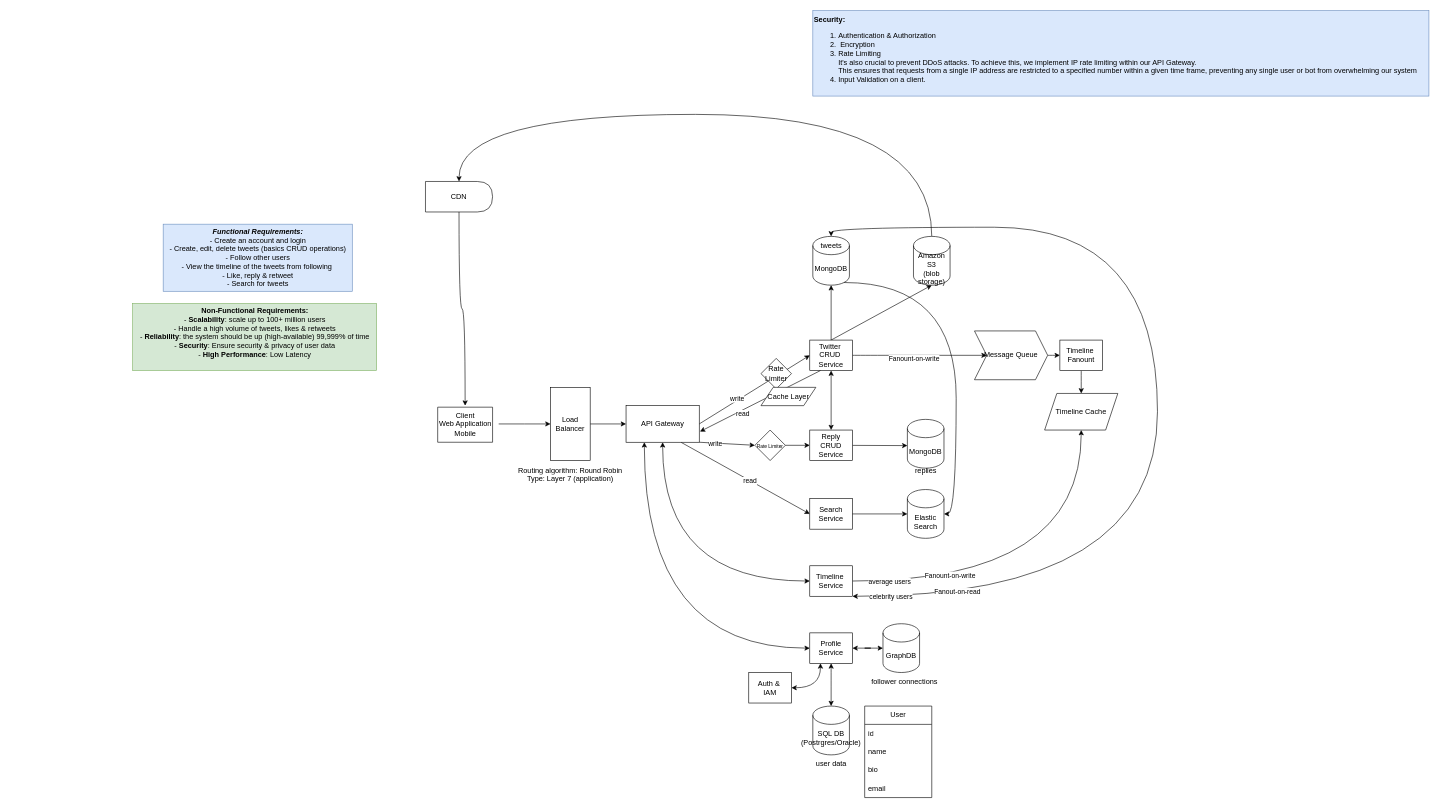
Before: twitter.drawio in lacrimae/system_design_practice, a draw.io diagram. Source tidied: cells renumbered, new cells numbered last; positions are measured from the earlier drawing's top-left corner, leaving out a move shared by most shapes. Both pictures are drawn from the tidied source at 61%, with x=0, y=0 at pixel (132, 10).
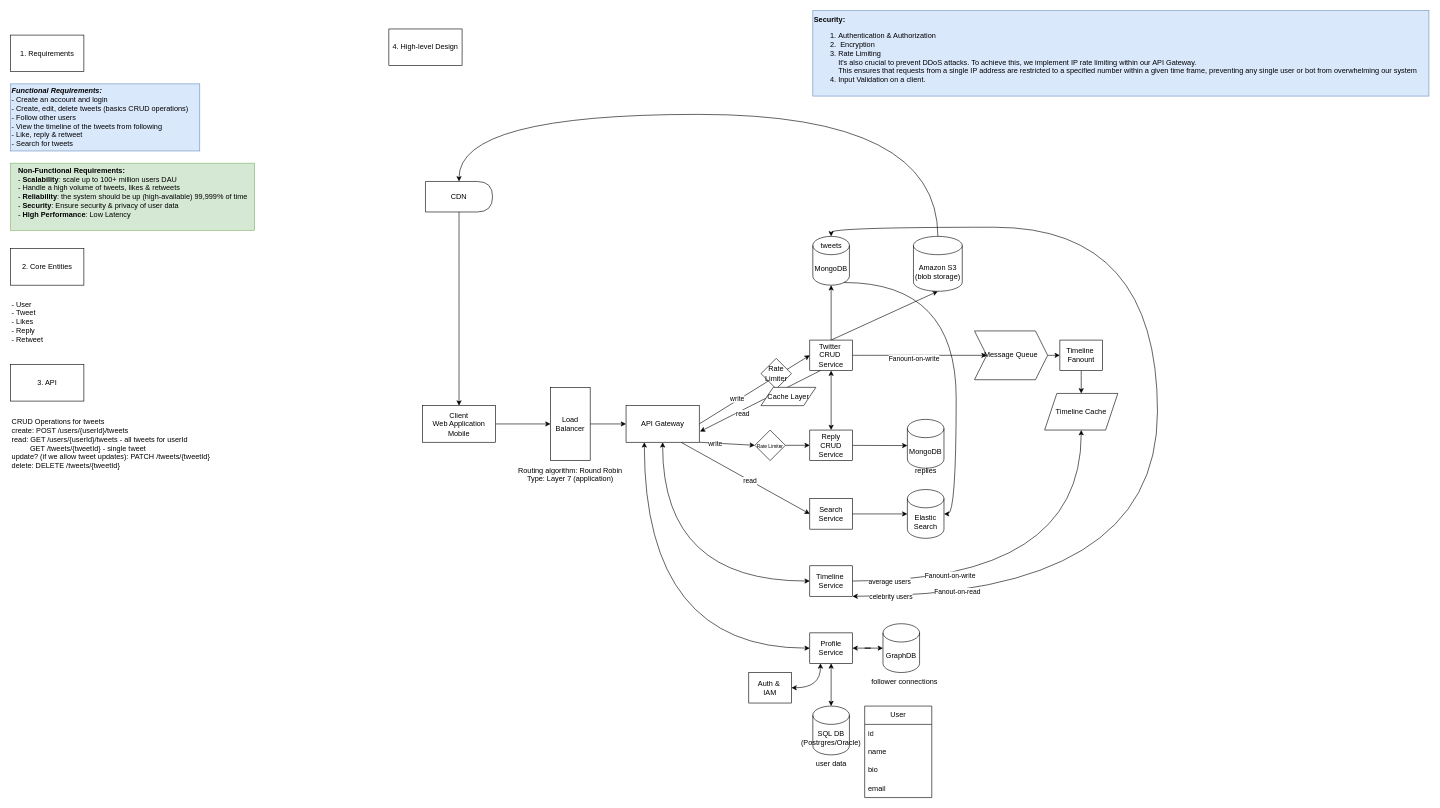
The same diagram, later.

Unchanged cells that the change refers to:
```xml
<mxCell id="29" value="CDN" style="shape=delay;whiteSpace=wrap;html=1;" parent="1" vertex="1">
  <mxGeometry x="480" y="280" width="110" height="50" as="geometry" />
</mxCell>
```

Change to the diagram source:
```diff
@@
-    <mxCell id="2" style="swimlane;startSize=0;" parent="1" vertex="1">
-      <mxGeometry x="500" y="650" width="90" height="57.5" as="geometry" />
-    </mxCell>
-    <mxCell id="3" value="Client&lt;div&gt;Web Application&lt;/div&gt;&lt;div&gt;Mobile&lt;/div&gt;" style="text;html=1;align=center;verticalAlign=middle;points=[];strokeColor=none;fillColor=none;" parent="2" vertex="1">
-      <mxGeometry x="-10" y="-2.5" width="110" height="60" as="geometry" />
-    </mxCell>
-    <mxCell id="4" style="edgeStyle=orthogonalEdgeStyle;rounded=0;jettySize=auto;html=1;" parent="1" edge="1" source="3">
+    <mxCell id="4" style="edgeStyle=orthogonalEdgeStyle;rounded=0;jettySize=auto;html=1;exitX=1;exitY=0.5;exitDx=0;exitDy=0;" parent="1" edge="1" source="3">
       <mxGeometry relative="1" as="geometry">
         <mxPoint x="685" y="677.5" as="targetPoint" />
       </mxGeometry>
     </mxCell>
@@
-    <mxCell id="7" value="&lt;b&gt;&lt;i&gt;Functional Requirements:&lt;/i&gt;&lt;/b&gt;&lt;div&gt;- Create an account and login&lt;/div&gt;&lt;div&gt;- Create, edit, delete tweets (basics CRUD operations)&lt;/div&gt;&lt;div&gt;- Follow other users&lt;/div&gt;&lt;div&gt;- View the timeline of the tweets from following&amp;nbsp;&lt;/div&gt;&lt;div&gt;- Like, reply &amp;amp; retweet&lt;/div&gt;&lt;div&gt;- Search for tweets&lt;/div&gt;" style="text;html=1;align=center;verticalAlign=middle;strokeColor=#6c8ebf;fillColor=#dae8fc;" parent="1" vertex="1">
-      <mxGeometry x="50" y="350" width="310" height="110" as="geometry" />
+    <mxCell id="7" value="&lt;b&gt;&lt;i&gt;Functional Requirements:&lt;/i&gt;&lt;/b&gt;&lt;div&gt;- Create an account and login&lt;/div&gt;&lt;div&gt;- Create, edit, delete tweets (basics CRUD operations)&lt;/div&gt;&lt;div&gt;- Follow other users&lt;/div&gt;&lt;div&gt;- View the timeline of the tweets from following&amp;nbsp;&lt;/div&gt;&lt;div&gt;- Like, reply &amp;amp; retweet&lt;/div&gt;&lt;div&gt;- Search for tweets&lt;/div&gt;" style="text;html=1;align=left;verticalAlign=middle;strokeColor=#6c8ebf;fillColor=#dae8fc;" parent="1" vertex="1">
+      <mxGeometry x="-200" y="120" width="310" height="110" as="geometry" />
     </mxCell>
-    <mxCell id="8" value="&lt;b&gt;Non-Functional Requirements:&lt;/b&gt;&lt;div&gt;- &lt;b&gt;Scalability&lt;/b&gt;: scale up to 100+ million users&lt;/div&gt;&lt;div&gt;- Handle a high volume of tweets, likes &amp;amp; retweets&lt;/div&gt;&lt;div&gt;&lt;span style=&quot;background-color: transparent; color: light-dark(rgb(0, 0, 0), rgb(255, 255, 255));&quot;&gt;- &lt;/span&gt;&lt;b style=&quot;background-color: transparent; color: light-dark(rgb(0, 0, 0), rgb(255, 255, 255));&quot;&gt;Reliability&lt;/b&gt;&lt;span style=&quot;background-color: transparent; color: light-dark(rgb(0, 0, 0), rgb(255, 255, 255));&quot;&gt;: the system should be up (high-available) 99,999% of time&lt;/span&gt;&lt;/div&gt;&lt;div&gt;&lt;div&gt;- &lt;b&gt;Security&lt;/b&gt;: Ensure security &amp;amp; privacy of user data&lt;/div&gt;&lt;div&gt;&lt;div&gt;- &lt;b&gt;High Performance&lt;/b&gt;:&amp;nbsp;&lt;span style=&quot;background-color: transparent; color: light-dark(rgb(0, 0, 0), rgb(255, 255, 255));&quot;&gt;Low Latency&lt;/span&gt;&lt;/div&gt;&lt;div&gt;&lt;span style=&quot;background-color: transparent; color: light-dark(rgb(0, 0, 0), rgb(255, 255, 255));&quot;&gt;&lt;br&gt;&lt;/span&gt;&lt;/div&gt;&lt;/div&gt;&lt;/div&gt;" style="text;html=1;align=center;verticalAlign=middle;strokeColor=#82b366;fillColor=#d5e8d4;" parent="1" vertex="1">
-      <mxGeometry y="480" width="400" height="110" as="geometry" />
+    <mxCell id="8" value="&lt;div style=&quot;text-align: left;&quot;&gt;&lt;b style=&quot;background-color: transparent; color: light-dark(rgb(0, 0, 0), rgb(255, 255, 255));&quot;&gt;Non-Functional Requirements:&lt;/b&gt;&lt;/div&gt;&lt;div style=&quot;text-align: left;&quot;&gt;- &lt;b&gt;Scalability&lt;/b&gt;: scale up to 100+ million users DAU&lt;/div&gt;&lt;div style=&quot;text-align: left;&quot;&gt;- Handle a high volume of tweets, likes &amp;amp; retweets&lt;/div&gt;&lt;div style=&quot;text-align: left;&quot;&gt;&lt;span style=&quot;background-color: transparent; color: light-dark(rgb(0, 0, 0), rgb(255, 255, 255));&quot;&gt;- &lt;/span&gt;&lt;b style=&quot;background-color: transparent; color: light-dark(rgb(0, 0, 0), rgb(255, 255, 255));&quot;&gt;Reliability&lt;/b&gt;&lt;span style=&quot;background-color: transparent; color: light-dark(rgb(0, 0, 0), rgb(255, 255, 255));&quot;&gt;: the system should be up (high-available) 99,999% of time&lt;/span&gt;&lt;/div&gt;&lt;div&gt;&lt;div style=&quot;text-align: left;&quot;&gt;- &lt;b&gt;Security&lt;/b&gt;: Ensure security &amp;amp; privacy of user data&lt;/div&gt;&lt;div&gt;&lt;div style=&quot;text-align: left;&quot;&gt;- &lt;b&gt;High Performance&lt;/b&gt;:&amp;nbsp;&lt;span style=&quot;background-color: transparent; color: light-dark(rgb(0, 0, 0), rgb(255, 255, 255));&quot;&gt;Low Latency&lt;/span&gt;&lt;/div&gt;&lt;div style=&quot;text-align: left;&quot;&gt;&lt;span style=&quot;background-color: transparent; color: light-dark(rgb(0, 0, 0), rgb(255, 255, 255));&quot;&gt;&lt;br&gt;&lt;/span&gt;&lt;/div&gt;&lt;/div&gt;&lt;/div&gt;" style="text;html=1;align=center;verticalAlign=middle;strokeColor=#82b366;fillColor=#d5e8d4;" parent="1" vertex="1">
+      <mxGeometry x="-200" y="250" width="400" height="110" as="geometry" />
     </mxCell>
@@
     <mxCell id="17" style="edgeStyle=orthogonalEdgeStyle;rounded=0;jettySize=auto;html=1;curved=1;entryX=0.5;entryY=0;entryDx=0;entryDy=0;exitX=0.5;exitY=0;exitDx=0;exitDy=0;exitPerimeter=0;" parent="1" edge="1" source="18" target="29">
       <mxGeometry relative="1" as="geometry">
         <Array as="points">
-          <mxPoint x="1310" y="170" />
+          <mxPoint x="1320" y="170" />
           <mxPoint x="535" y="170" />
         </Array>
       </mxGeometry>
     </mxCell>
     <mxCell id="18" value="Amazon S3&lt;div&gt;(blob storage)&lt;/div&gt;" style="shape=cylinder3;whiteSpace=wrap;html=1;boundedLbl=1;backgroundOutline=1;size=15;" parent="1" vertex="1">
-      <mxGeometry x="1280" y="370" width="60" height="80" as="geometry" />
+      <mxGeometry x="1280" y="370" width="80" height="90" as="geometry" />
     </mxCell>
@@
-    <mxCell id="71" style="rounded=0;jettySize=auto;html=1;exitX=0.5;exitY=1;exitDx=0;exitDy=0;edgeStyle=orthogonalEdgeStyle;curved=1;" parent="1" edge="1" source="29" target="3">
+    <mxCell id="71" style="rounded=0;jettySize=auto;html=1;exitX=0.5;exitY=1;exitDx=0;exitDy=0;edgeStyle=orthogonalEdgeStyle;curved=1;entryX=0.5;entryY=0;entryDx=0;entryDy=0;" parent="1" edge="1" source="29" target="3">
       <mxGeometry relative="1" as="geometry" />
     </mxCell>
@@
+    <mxCell id="3" value="&lt;span style=&quot;text-wrap-mode: nowrap;&quot;&gt;Client&lt;/span&gt;&lt;div style=&quot;text-wrap-mode: nowrap;&quot;&gt;Web Application&lt;/div&gt;&lt;div style=&quot;text-wrap-mode: nowrap;&quot;&gt;Mobile&lt;/div&gt;" style="rounded=0;whiteSpace=wrap;html=1;" parent="1" vertex="1">
+      <mxGeometry x="475" y="647.5" width="120" height="60" as="geometry" />
+    </mxCell>
+    <mxCell id="73" value="1. Requirements" style="rounded=0;whiteSpace=wrap;html=1;" parent="1" vertex="1">
+      <mxGeometry x="-200" y="40" width="120" height="60" as="geometry" />
+    </mxCell>
+    <mxCell id="74" value="2. Core Entities" style="rounded=0;whiteSpace=wrap;html=1;" parent="1" vertex="1">
+      <mxGeometry x="-200" y="390" width="120" height="60" as="geometry" />
+    </mxCell>
+    <mxCell id="75" value="- User&lt;div&gt;&lt;div&gt;- Tweet&lt;/div&gt;&lt;div&gt;- Likes&lt;/div&gt;&lt;div&gt;- Reply&lt;/div&gt;&lt;div&gt;- Retweet&lt;/div&gt;&lt;/div&gt;" style="text;html=1;align=left;verticalAlign=middle;strokeColor=none;fillColor=none;" parent="1" vertex="1">
+      <mxGeometry x="-200" y="465" width="70" height="90" as="geometry" />
+    </mxCell>
+    <mxCell id="76" value="3. API" style="rounded=0;whiteSpace=wrap;html=1;" parent="1" vertex="1">
+      <mxGeometry x="-200" y="580" width="120" height="60" as="geometry" />
+    </mxCell>
+    <mxCell id="77" value="CRUD Operations for tweets&lt;div&gt;create: POST /users/{userId}/tweets&lt;/div&gt;&lt;div&gt;read: GET /users/{userId}/tweets - all tweets for userId&lt;/div&gt;&lt;div&gt;&lt;span style=&quot;white-space: pre;&quot;&gt;&#9;&lt;/span&gt;&amp;nbsp;GET&amp;nbsp;&lt;span style=&quot;background-color: transparent; color: light-dark(rgb(0, 0, 0), rgb(255, 255, 255));&quot;&gt;/tweets/{tweetId} - single tweet&lt;/span&gt;&lt;br&gt;&lt;/div&gt;&lt;div&gt;update? (if we allow tweet updates): PATCH /tweets/{tweetId}&lt;/div&gt;&lt;div&gt;delete: DELETE /tweets/{tweetId}&lt;/div&gt;" style="text;html=1;align=left;verticalAlign=middle;strokeColor=none;fillColor=none;" parent="1" vertex="1">
+      <mxGeometry x="-200" y="660" width="350" height="100" as="geometry" />
+    </mxCell>
+    <mxCell id="78" value="4.&amp;nbsp;&lt;span style=&quot;text-wrap-mode: nowrap;&quot;&gt;High-level Design&lt;/span&gt;" style="rounded=0;whiteSpace=wrap;html=1;" parent="1" vertex="1">
+      <mxGeometry x="420" y="30" width="120" height="60" as="geometry" />
+    </mxCell>
```
